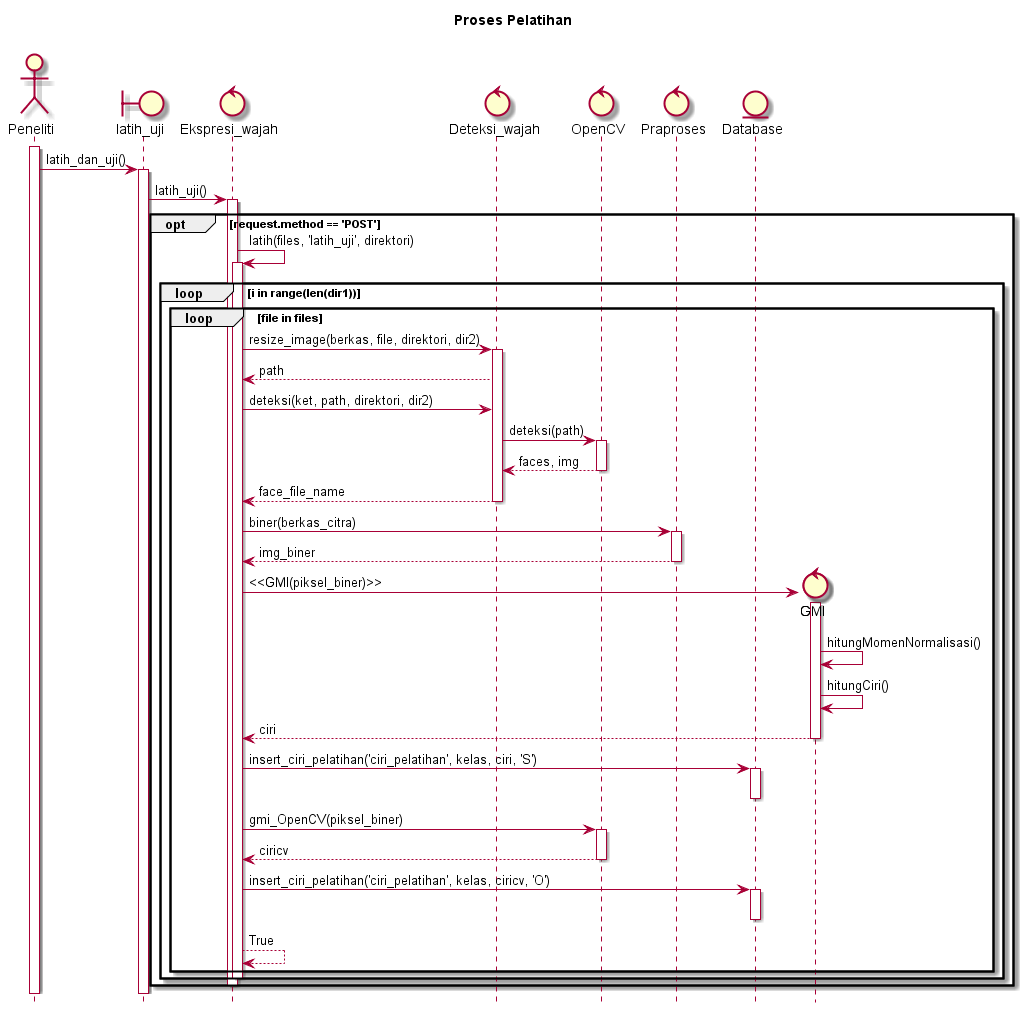
Before: diagram/SD_pelatihan.png, a diagram exported from PlantUML (ayulestari10/gmisvm). Source of this version:
```plantuml
@startuml
hide footbox
title Proses Pelatihan\n

actor Peneliti
boundary latih_uji
control Ekspresi_wajah
control Deteksi_wajah
control OpenCV
control Praproses
entity Database

activate Peneliti
Peneliti -> latih_uji : latih_dan_uji()
activate latih_uji
latih_uji -> Ekspresi_wajah : latih_uji()
activate Ekspresi_wajah
	opt request.method == 'POST'

	Ekspresi_wajah -> Ekspresi_wajah : latih(files, 'latih_uji', direktori)
	activate Ekspresi_wajah

		loop i in range(len(dir1))
			loop file in files
				Ekspresi_wajah -> Deteksi_wajah : resize_image(berkas, file, direktori, dir2)
				activate Deteksi_wajah
				Deteksi_wajah  --> Ekspresi_wajah : path
				Ekspresi_wajah -> Deteksi_wajah : deteksi(ket, path, direktori, dir2)

				Deteksi_wajah -> OpenCV : deteksi(path)
				activate OpenCV
				OpenCV --> Deteksi_wajah : faces, img
				deactivate OpenCV
				Deteksi_wajah --> Ekspresi_wajah : face_file_name
				deactivate Deteksi_wajah

				Ekspresi_wajah -> Praproses : biner(berkas_citra)
				activate Praproses
				Praproses --> Ekspresi_wajah : img_biner
				deactivate Praproses

				create control GMI
				Ekspresi_wajah -> GMI : <<GMI(piksel_biner)>>
				activate GMI
				GMI -> GMI : hitungMomenNormalisasi()
				GMI -> GMI : hitungCiri()
				GMI --> Ekspresi_wajah : ciri
				deactivate GMI
				Ekspresi_wajah -> Database : insert_ciri_pelatihan('ciri_pelatihan', kelas, ciri, 'S')
				activate Database
				deactivate Database

				Ekspresi_wajah -> OpenCV : gmi_OpenCV(piksel_biner)
				activate OpenCV
				OpenCV --> Ekspresi_wajah : ciricv
				deactivate OpenCV
				Ekspresi_wajah -> Database : insert_ciri_pelatihan('ciri_pelatihan', kelas, ciricv, 'O')
				activate Database
				deactivate Database

				Ekspresi_wajah --> Ekspresi_wajah : True
			end
			deactivate Ekspresi_wajah
		end
		deactivate Ekspresi_wajah
	end
@enduml
```
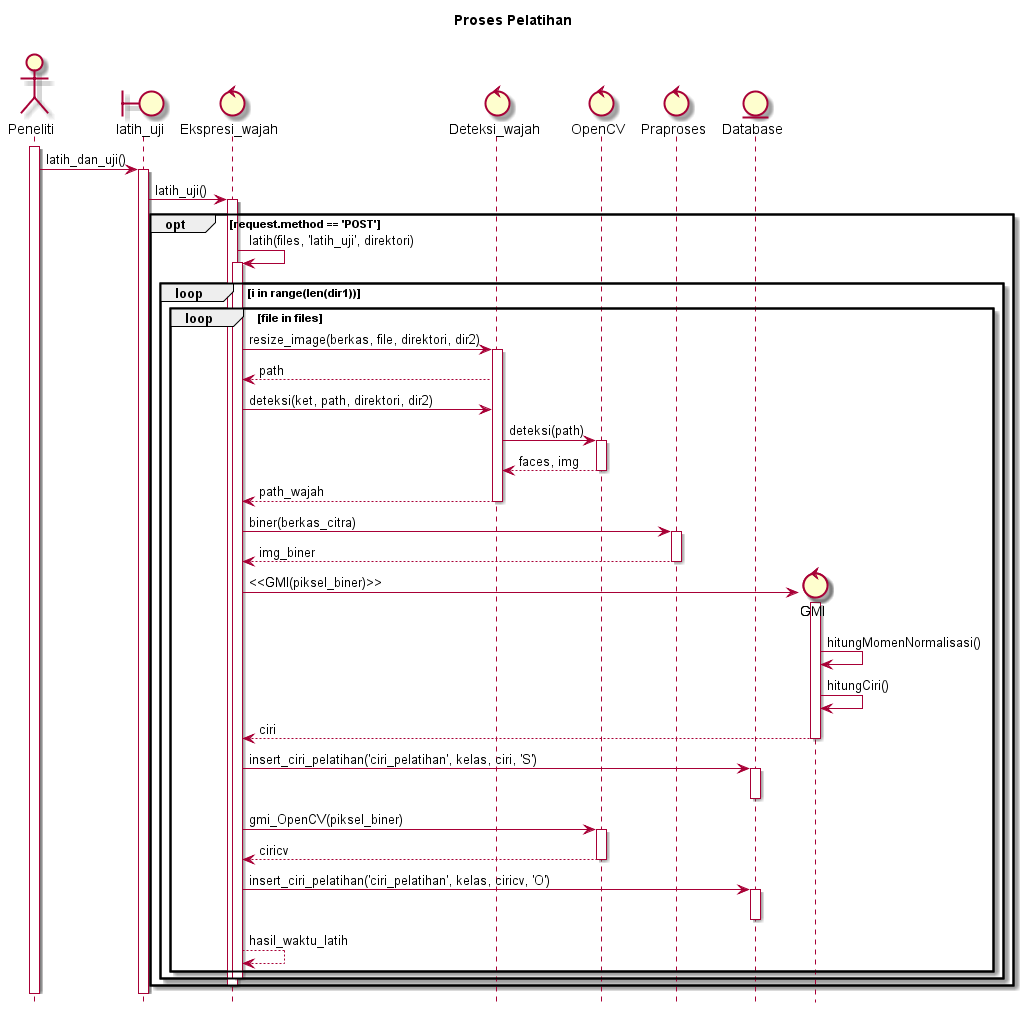
Later version of the same file.

Diff of the diagram source:
```diff
@@ -31,7 +31,7 @@
 				activate OpenCV
 				OpenCV --> Deteksi_wajah : faces, img
 				deactivate OpenCV
-				Deteksi_wajah --> Ekspresi_wajah : face_file_name
+				Deteksi_wajah --> Ekspresi_wajah : path_wajah
 				deactivate Deteksi_wajah
 
 				Ekspresi_wajah -> Praproses : biner(berkas_citra)
@@ -58,7 +58,7 @@
 				activate Database
 				deactivate Database
 
-				Ekspresi_wajah --> Ekspresi_wajah : True
+				Ekspresi_wajah --> Ekspresi_wajah : hasil_waktu_latih
 			end
 			deactivate Ekspresi_wajah
 		end
```
